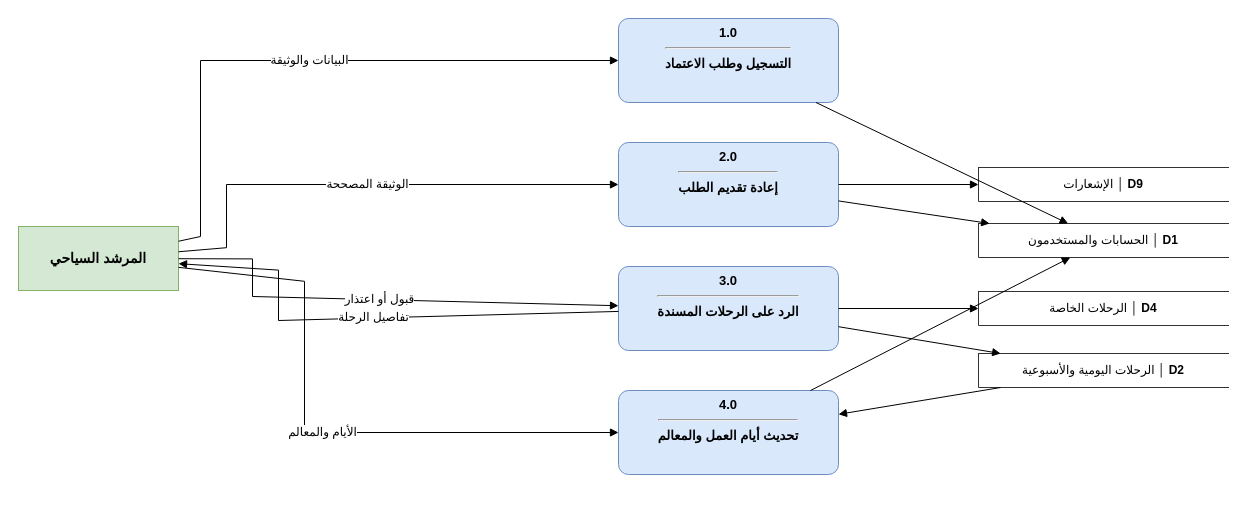
Before: مخططات_التحليل_drawio/dfd05_guide.drawio in masara-prog/Delni-project, a draw.io diagram. Source tidied: cells renumbered, new cells numbered last; positions are measured from the earlier drawing's top-left corner, leaving out a move shared by most shapes. Both pictures are drawn from the tidied source at 100%, with x=0, y=0 at pixel (18, 18).
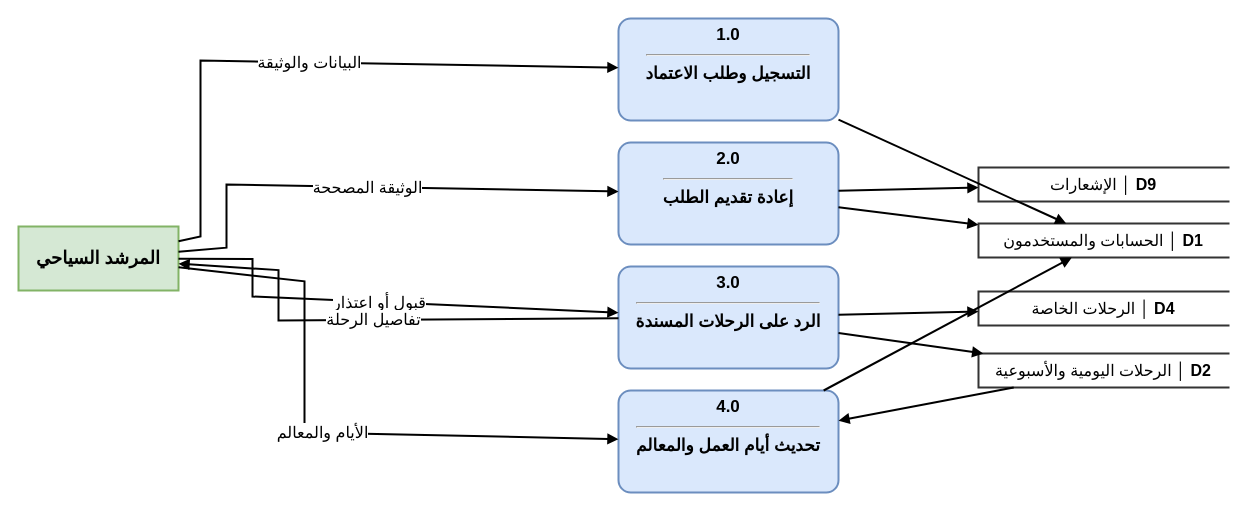
The same diagram, later.

What changed in the source:
```diff
@@
-    <mxCell id="2" value="&lt;b&gt;1.0&lt;/b&gt;&lt;hr&gt;التسجيل وطلب الاعتماد" style="rounded=1;arcSize=12;verticalAlign=top;html=1;whiteSpace=wrap;fontFamily=Arial;fontSize=13;fontStyle=1;fillColor=#dae8fc;strokeColor=#6c8ebf;" parent="1" vertex="1">
-      <mxGeometry x="600" width="220" height="84" as="geometry" />
+    <mxCell id="2" value="&lt;b&gt;1.0&lt;/b&gt;&lt;hr&gt;التسجيل وطلب الاعتماد" style="rounded=1;arcSize=12;verticalAlign=top;html=1;whiteSpace=wrap;fontFamily=Arial;fontSize=17;fontStyle=1;fillColor=#dae8fc;strokeColor=#6c8ebf;strokeWidth=2;" parent="1" vertex="1">
+      <mxGeometry x="600" width="220" height="102" as="geometry" />
     </mxCell>
-    <mxCell id="3" value="&lt;b&gt;2.0&lt;/b&gt;&lt;hr&gt;إعادة تقديم الطلب" style="rounded=1;arcSize=12;verticalAlign=top;html=1;whiteSpace=wrap;fontFamily=Arial;fontSize=13;fontStyle=1;fillColor=#dae8fc;strokeColor=#6c8ebf;" parent="1" vertex="1">
-      <mxGeometry x="600" y="124" width="220" height="84" as="geometry" />
+    <mxCell id="3" value="&lt;b&gt;2.0&lt;/b&gt;&lt;hr&gt;إعادة تقديم الطلب" style="rounded=1;arcSize=12;verticalAlign=top;html=1;whiteSpace=wrap;fontFamily=Arial;fontSize=17;fontStyle=1;fillColor=#dae8fc;strokeColor=#6c8ebf;strokeWidth=2;" parent="1" vertex="1">
+      <mxGeometry x="600" y="124" width="220" height="102" as="geometry" />
     </mxCell>
-    <mxCell id="4" value="&lt;b&gt;3.0&lt;/b&gt;&lt;hr&gt;الرد على الرحلات المسندة" style="rounded=1;arcSize=12;verticalAlign=top;html=1;whiteSpace=wrap;fontFamily=Arial;fontSize=13;fontStyle=1;fillColor=#dae8fc;strokeColor=#6c8ebf;" parent="1" vertex="1">
-      <mxGeometry x="600" y="248" width="220" height="84" as="geometry" />
+    <mxCell id="4" value="&lt;b&gt;3.0&lt;/b&gt;&lt;hr&gt;الرد على الرحلات المسندة" style="rounded=1;arcSize=12;verticalAlign=top;html=1;whiteSpace=wrap;fontFamily=Arial;fontSize=17;fontStyle=1;fillColor=#dae8fc;strokeColor=#6c8ebf;strokeWidth=2;" parent="1" vertex="1">
+      <mxGeometry x="600" y="248" width="220" height="102" as="geometry" />
     </mxCell>
-    <mxCell id="5" value="&lt;b&gt;4.0&lt;/b&gt;&lt;hr&gt;تحديث أيام العمل والمعالم" style="rounded=1;arcSize=12;verticalAlign=top;html=1;whiteSpace=wrap;fontFamily=Arial;fontSize=13;fontStyle=1;fillColor=#dae8fc;strokeColor=#6c8ebf;" parent="1" vertex="1">
-      <mxGeometry x="600" y="372" width="220" height="84" as="geometry" />
+    <mxCell id="5" value="&lt;b&gt;4.0&lt;/b&gt;&lt;hr&gt;تحديث أيام العمل والمعالم" style="rounded=1;arcSize=12;verticalAlign=top;html=1;whiteSpace=wrap;fontFamily=Arial;fontSize=17;fontStyle=1;fillColor=#dae8fc;strokeColor=#6c8ebf;strokeWidth=2;" parent="1" vertex="1">
+      <mxGeometry x="600" y="372" width="220" height="102" as="geometry" />
     </mxCell>
-    <mxCell id="6" value="المرشد السياحي" style="rounded=0;html=1;whiteSpace=wrap;fontFamily=Arial;fontSize=14;fontStyle=1;fillColor=#d5e8d4;strokeColor=#82b366;" parent="1" vertex="1">
+    <mxCell id="6" value="المرشد السياحي" style="rounded=0;html=1;whiteSpace=wrap;fontFamily=Arial;fontSize=18;fontStyle=1;fillColor=#d5e8d4;strokeColor=#82b366;strokeWidth=2;" parent="1" vertex="1">
       <mxGeometry y="208" width="160" height="64" as="geometry" />
     </mxCell>
-    <mxCell id="7" value="الإشعارات  │ &lt;b&gt;D9&lt;/b&gt;" style="shape=partialRectangle;right=0;align=center;html=1;whiteSpace=wrap;fontFamily=Arial;fontSize=12;fontStyle=0;fillColor=#ffffff;strokeColor=#333333;" parent="1" vertex="1">
+    <mxCell id="7" value="الإشعارات  │ &lt;b&gt;D9&lt;/b&gt;" style="shape=partialRectangle;right=0;align=center;html=1;whiteSpace=wrap;fontFamily=Arial;fontSize=16;fontStyle=0;fillColor=#ffffff;strokeColor=#333333;strokeWidth=2;" parent="1" vertex="1">
       <mxGeometry x="960" y="149" width="250" height="34" as="geometry" />
     </mxCell>
-    <mxCell id="8" value="الحسابات والمستخدمون  │ &lt;b&gt;D1&lt;/b&gt;" style="shape=partialRectangle;right=0;align=center;html=1;whiteSpace=wrap;fontFamily=Arial;fontSize=12;fontStyle=0;fillColor=#ffffff;strokeColor=#333333;" parent="1" vertex="1">
+    <mxCell id="8" value="الحسابات والمستخدمون  │ &lt;b&gt;D1&lt;/b&gt;" style="shape=partialRectangle;right=0;align=center;html=1;whiteSpace=wrap;fontFamily=Arial;fontSize=16;fontStyle=0;fillColor=#ffffff;strokeColor=#333333;strokeWidth=2;" parent="1" vertex="1">
       <mxGeometry x="960" y="205" width="250" height="34" as="geometry" />
     </mxCell>
-    <mxCell id="9" value="الرحلات الخاصة  │ &lt;b&gt;D4&lt;/b&gt;" style="shape=partialRectangle;right=0;align=center;html=1;whiteSpace=wrap;fontFamily=Arial;fontSize=12;fontStyle=0;fillColor=#ffffff;strokeColor=#333333;" parent="1" vertex="1">
+    <mxCell id="9" value="الرحلات الخاصة  │ &lt;b&gt;D4&lt;/b&gt;" style="shape=partialRectangle;right=0;align=center;html=1;whiteSpace=wrap;fontFamily=Arial;fontSize=16;fontStyle=0;fillColor=#ffffff;strokeColor=#333333;strokeWidth=2;" parent="1" vertex="1">
       <mxGeometry x="960" y="273" width="250" height="34" as="geometry" />
     </mxCell>
-    <mxCell id="10" value="الرحلات اليومية والأسبوعية  │ &lt;b&gt;D2&lt;/b&gt;" style="shape=partialRectangle;right=0;align=center;html=1;whiteSpace=wrap;fontFamily=Arial;fontSize=12;fontStyle=0;fillColor=#ffffff;strokeColor=#333333;" parent="1" vertex="1">
+    <mxCell id="10" value="الرحلات اليومية والأسبوعية  │ &lt;b&gt;D2&lt;/b&gt;" style="shape=partialRectangle;right=0;align=center;html=1;whiteSpace=wrap;fontFamily=Arial;fontSize=16;fontStyle=0;fillColor=#ffffff;strokeColor=#333333;strokeWidth=2;" parent="1" vertex="1">
       <mxGeometry x="960" y="335" width="250" height="34" as="geometry" />
     </mxCell>
-    <mxCell id="11" value="البيانات والوثيقة" style="endArrow=block;endFill=1;html=1;rounded=0;fontFamily=Arial;fontSize=12;labelBackgroundColor=#ffffff;" parent="1" edge="1" source="6" target="2">
+    <mxCell id="11" value="البيانات والوثيقة" style="endArrow=block;endFill=1;html=1;rounded=0;fontFamily=Arial;fontSize=16;labelBackgroundColor=#ffffff;strokeWidth=2;" parent="1" edge="1" source="6" target="2">
       <mxGeometry relative="1" as="geometry">
         <Array as="points">
           <mxPoint x="182" y="218" />
           <mxPoint x="182" y="42" />
         </Array>
       </mxGeometry>
     </mxCell>
-    <mxCell id="12" value="الوثيقة المصححة" style="endArrow=block;endFill=1;html=1;rounded=0;fontFamily=Arial;fontSize=12;labelBackgroundColor=#ffffff;" parent="1" edge="1" source="6" target="3">
+    <mxCell id="12" value="الوثيقة المصححة" style="endArrow=block;endFill=1;html=1;rounded=0;fontFamily=Arial;fontSize=16;labelBackgroundColor=#ffffff;strokeWidth=2;" parent="1" edge="1" source="6" target="3">
       <mxGeometry relative="1" as="geometry">
         <Array as="points">
           <mxPoint x="208" y="229.2" />
           <mxPoint x="208" y="166" />
         </Array>
       </mxGeometry>
     </mxCell>
-    <mxCell id="13" value="قبول أو اعتذار" style="endArrow=block;endFill=1;html=1;rounded=0;fontFamily=Arial;fontSize=12;labelBackgroundColor=#ffffff;" parent="1" edge="1" source="6" target="4">
+    <mxCell id="13" value="قبول أو اعتذار" style="endArrow=block;endFill=1;html=1;rounded=0;fontFamily=Arial;fontSize=16;labelBackgroundColor=#ffffff;strokeWidth=2;" parent="1" edge="1" source="6" target="4">
       <mxGeometry relative="1" as="geometry">
         <Array as="points">
           <mxPoint x="234" y="240.4" />
           <mxPoint x="234" y="278" />
         </Array>
       </mxGeometry>
     </mxCell>
-    <mxCell id="14" value="تفاصيل الرحلة" style="endArrow=block;endFill=1;html=1;rounded=0;fontFamily=Arial;fontSize=12;labelBackgroundColor=#ffffff;" parent="1" edge="1" source="4" target="6">
+    <mxCell id="14" value="تفاصيل الرحلة" style="endArrow=block;endFill=1;html=1;rounded=0;fontFamily=Arial;fontSize=16;labelBackgroundColor=#ffffff;strokeWidth=2;" parent="1" edge="1" source="4" target="6">
       <mxGeometry relative="1" as="geometry">
         <Array as="points">
           <mxPoint x="260" y="302" />
           <mxPoint x="260" y="251.6" />
         </Array>
       </mxGeometry>
     </mxCell>
-    <mxCell id="15" value="الأيام والمعالم" style="endArrow=block;endFill=1;html=1;rounded=0;fontFamily=Arial;fontSize=12;labelBackgroundColor=#ffffff;" parent="1" edge="1" source="6" target="5">
+    <mxCell id="15" value="الأيام والمعالم" style="endArrow=block;endFill=1;html=1;rounded=0;fontFamily=Arial;fontSize=16;labelBackgroundColor=#ffffff;strokeWidth=2;" parent="1" edge="1" source="6" target="5">
       <mxGeometry relative="1" as="geometry">
         <Array as="points">
           <mxPoint x="286" y="262.8" />
           <mxPoint x="286" y="414" />
         </Array>
       </mxGeometry>
     </mxCell>
-    <mxCell id="16" style="endArrow=block;endFill=1;html=1;rounded=0;fontFamily=Arial;fontSize=12;labelBackgroundColor=#ffffff;" parent="1" edge="1" source="2" target="8">
+    <mxCell id="16" style="endArrow=block;endFill=1;html=1;rounded=0;fontFamily=Arial;fontSize=16;labelBackgroundColor=#ffffff;strokeWidth=2;" parent="1" edge="1" source="2" target="8">
       <mxGeometry relative="1" as="geometry" />
     </mxCell>
-    <mxCell id="17" style="endArrow=block;endFill=1;html=1;rounded=0;fontFamily=Arial;fontSize=12;labelBackgroundColor=#ffffff;" parent="1" edge="1" source="3" target="8">
+    <mxCell id="17" style="endArrow=block;endFill=1;html=1;rounded=0;fontFamily=Arial;fontSize=16;labelBackgroundColor=#ffffff;strokeWidth=2;" parent="1" edge="1" source="3" target="8">
       <mxGeometry relative="1" as="geometry" />
     </mxCell>
-    <mxCell id="18" style="endArrow=block;endFill=1;html=1;rounded=0;fontFamily=Arial;fontSize=12;labelBackgroundColor=#ffffff;" parent="1" edge="1" source="4" target="10">
+    <mxCell id="18" style="endArrow=block;endFill=1;html=1;rounded=0;fontFamily=Arial;fontSize=16;labelBackgroundColor=#ffffff;strokeWidth=2;" parent="1" edge="1" source="4" target="10">
       <mxGeometry relative="1" as="geometry" />
     </mxCell>
-    <mxCell id="19" style="endArrow=block;endFill=1;html=1;rounded=0;fontFamily=Arial;fontSize=12;labelBackgroundColor=#ffffff;" parent="1" edge="1" source="4" target="9">
+    <mxCell id="19" style="endArrow=block;endFill=1;html=1;rounded=0;fontFamily=Arial;fontSize=16;labelBackgroundColor=#ffffff;strokeWidth=2;" parent="1" edge="1" source="4" target="9">
       <mxGeometry relative="1" as="geometry" />
     </mxCell>
-    <mxCell id="20" style="endArrow=block;endFill=1;html=1;rounded=0;fontFamily=Arial;fontSize=12;labelBackgroundColor=#ffffff;" parent="1" edge="1" source="5" target="8">
+    <mxCell id="20" style="endArrow=block;endFill=1;html=1;rounded=0;fontFamily=Arial;fontSize=16;labelBackgroundColor=#ffffff;strokeWidth=2;" parent="1" edge="1" source="5" target="8">
       <mxGeometry relative="1" as="geometry" />
     </mxCell>
-    <mxCell id="21" style="endArrow=block;endFill=1;html=1;rounded=0;fontFamily=Arial;fontSize=12;labelBackgroundColor=#ffffff;" parent="1" edge="1" source="10" target="5">
+    <mxCell id="21" style="endArrow=block;endFill=1;html=1;rounded=0;fontFamily=Arial;fontSize=16;labelBackgroundColor=#ffffff;strokeWidth=2;" parent="1" edge="1" source="10" target="5">
       <mxGeometry relative="1" as="geometry" />
     </mxCell>
-    <mxCell id="22" style="endArrow=block;endFill=1;html=1;rounded=0;fontFamily=Arial;fontSize=12;labelBackgroundColor=#ffffff;" parent="1" edge="1" source="3" target="7">
+    <mxCell id="22" style="endArrow=block;endFill=1;html=1;rounded=0;fontFamily=Arial;fontSize=16;labelBackgroundColor=#ffffff;strokeWidth=2;" parent="1" edge="1" source="3" target="7">
       <mxGeometry relative="1" as="geometry" />
     </mxCell>
```
